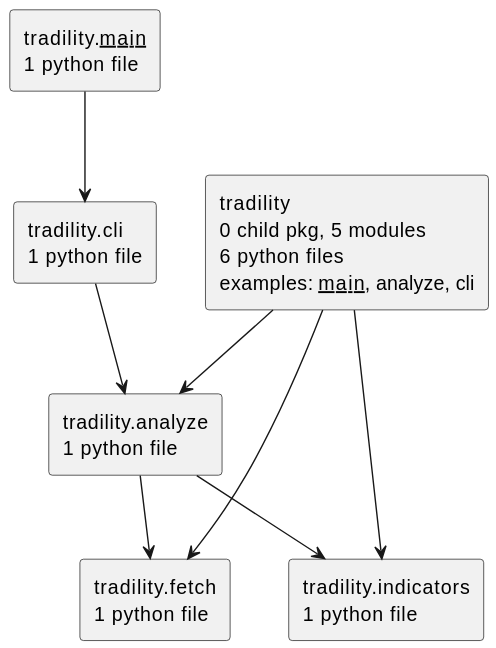
The PlantUML diagram docs/diagrams/python-packages.puml.svg in casonk/tradility, before a commit.
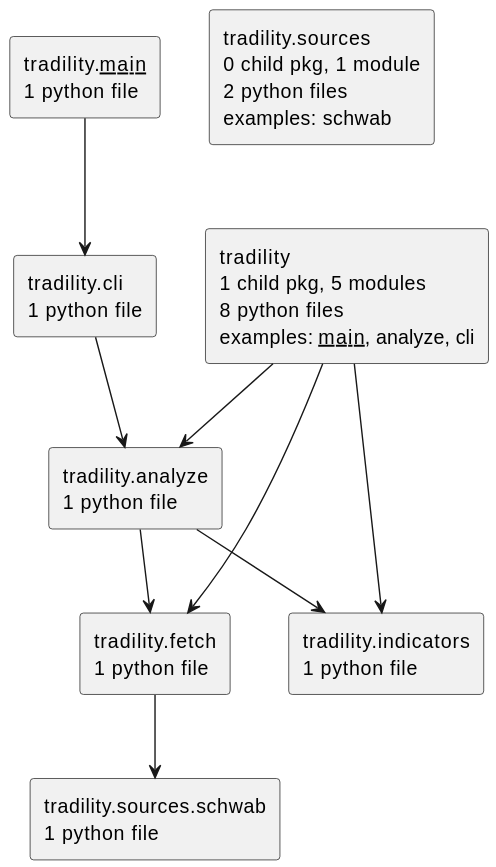
Above is the later version.

The edit, as a diff of the source:
```diff
@@ -2,12 +2,14 @@
 set namespaceSeparator none
 top to bottom direction
 skinparam componentStyle rectangle
-rectangle "tradility\n0 child pkg, 5 modules\n6 python files\nexamples: __main__, analyze, cli" as tradility
+rectangle "tradility\n1 child pkg, 5 modules\n8 python files\nexamples: __main__, analyze, cli" as tradility
 rectangle "tradility.__main__\n1 python file" as tradility.__main__
 rectangle "tradility.analyze\n1 python file" as tradility.analyze
 rectangle "tradility.cli\n1 python file" as tradility.cli
 rectangle "tradility.fetch\n1 python file" as tradility.fetch
 rectangle "tradility.indicators\n1 python file" as tradility.indicators
+rectangle "tradility.sources\n0 child pkg, 1 module\n2 python files\nexamples: schwab" as tradility.sources
+rectangle "tradility.sources.schwab\n1 python file" as tradility.sources.schwab
 tradility --> tradility.analyze
 tradility --> tradility.fetch
 tradility --> tradility.indicators
@@ -15,4 +17,5 @@
 tradility.analyze --> tradility.fetch
 tradility.analyze --> tradility.indicators
 tradility.cli --> tradility.analyze
+tradility.fetch --> tradility.sources.schwab
 @enduml
```
